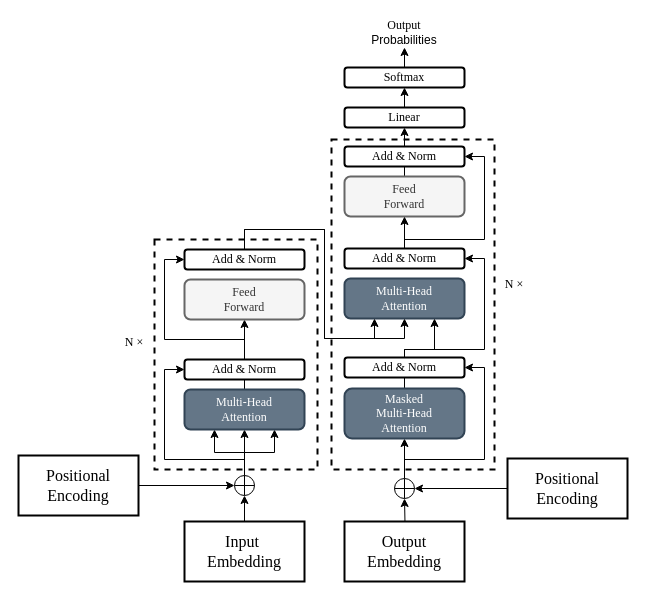
JJackMoO/Jackert_draw keeps this draw.io diagram as page "Transformer" (7 of 14) of master_paper.drawio. Above is the earlier version. Source tidied: cells renumbered, new cells numbered last; positions are measured from the earlier drawing's top-left corner, leaving out a move shared by most shapes. Both pictures are drawn from the tidied source at 100%, with x=0, y=0 at pixel (18, 17).
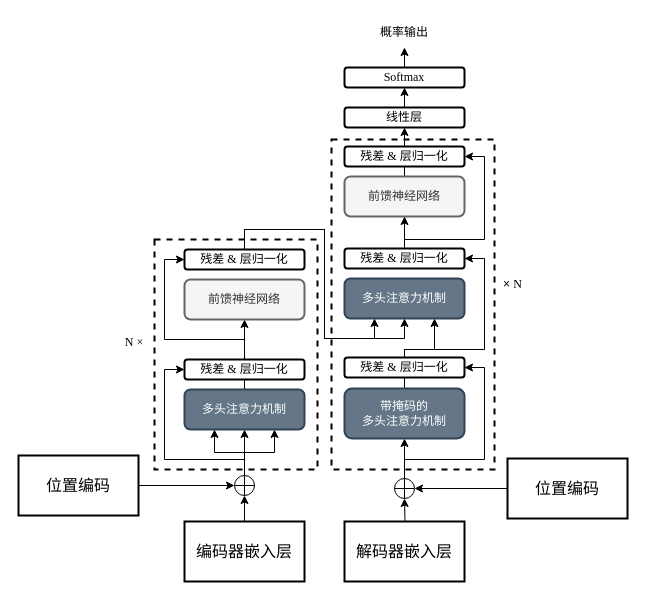
The same diagram, later.

The edit, as a diff of the source:
```diff
@@
+    <mxCell id="41" style="rounded=0;whiteSpace=wrap;html=1;fillColor=none;strokeWidth=2;dashed=1;" parent="1" vertex="1">
+      <mxGeometry x="136" y="222" width="163" height="230" as="geometry" />
+    </mxCell>
@@
-    <mxCell id="4" value="&lt;font style=&quot;font-size: 16px;&quot; face=&quot;Times New Roman&quot;&gt;Input&amp;nbsp;&lt;/font&gt;&lt;div&gt;&lt;font style=&quot;font-size: 16px;&quot; face=&quot;Times New Roman&quot;&gt;Embedding&lt;/font&gt;&lt;/div&gt;" style="rounded=0;whiteSpace=wrap;html=1;strokeWidth=2;" parent="1" vertex="1">
+    <mxCell id="4" value="&lt;font face=&quot;Times New Roman&quot;&gt;&lt;span style=&quot;font-size: 16px;&quot;&gt;编码器嵌入层&lt;/span&gt;&lt;/font&gt;" style="rounded=0;whiteSpace=wrap;html=1;strokeWidth=2;" parent="1" vertex="1">
       <mxGeometry x="166" y="504" width="120" height="60" as="geometry" />
     </mxCell>
@@
-    <mxCell id="6" value="&lt;font style=&quot;font-size: 16px;&quot; face=&quot;Times New Roman&quot;&gt;Output Embedding&lt;/font&gt;" style="rounded=0;whiteSpace=wrap;html=1;strokeWidth=2;" parent="1" vertex="1">
+    <mxCell id="6" value="&lt;font face=&quot;Times New Roman&quot;&gt;&lt;span style=&quot;font-size: 16px;&quot;&gt;解码器嵌入层&lt;/span&gt;&lt;/font&gt;" style="rounded=0;whiteSpace=wrap;html=1;strokeWidth=2;" parent="1" vertex="1">
       <mxGeometry x="326" y="504" width="120" height="60" as="geometry" />
     </mxCell>
@@
-    <mxCell id="16" value="&lt;font face=&quot;Times New Roman&quot;&gt;&lt;span style=&quot;font-size: 16px;&quot;&gt;Positional&lt;/span&gt;&lt;/font&gt;&lt;div&gt;&lt;font face=&quot;Times New Roman&quot;&gt;&lt;span style=&quot;font-size: 16px;&quot;&gt;Encoding&lt;/span&gt;&lt;/font&gt;&lt;/div&gt;" style="rounded=0;whiteSpace=wrap;html=1;strokeWidth=2;" parent="1" vertex="1">
+    <mxCell id="16" value="&lt;font face=&quot;Times New Roman&quot;&gt;&lt;span style=&quot;font-size: 16px;&quot;&gt;位置编码&lt;/span&gt;&lt;/font&gt;" style="rounded=0;whiteSpace=wrap;html=1;strokeWidth=2;" parent="1" vertex="1">
       <mxGeometry y="438" width="120" height="60" as="geometry" />
     </mxCell>
@@
-    <mxCell id="18" value="&lt;font face=&quot;Times New Roman&quot;&gt;&lt;span style=&quot;font-size: 16px;&quot;&gt;Positional&lt;/span&gt;&lt;/font&gt;&lt;div&gt;&lt;font face=&quot;Times New Roman&quot;&gt;&lt;span style=&quot;font-size: 16px;&quot;&gt;Encoding&lt;/span&gt;&lt;/font&gt;&lt;/div&gt;" style="rounded=0;whiteSpace=wrap;html=1;strokeWidth=2;" parent="1" vertex="1">
+    <mxCell id="18" value="&lt;font face=&quot;Times New Roman&quot;&gt;&lt;span style=&quot;font-size: 16px;&quot;&gt;位置编码&lt;/span&gt;&lt;/font&gt;" style="rounded=0;whiteSpace=wrap;html=1;strokeWidth=2;" parent="1" vertex="1">
       <mxGeometry x="489" y="441" width="120" height="60" as="geometry" />
     </mxCell>
@@
-    <mxCell id="20" value="Multi-Head&lt;div&gt;Attention&lt;/div&gt;" style="rounded=1;whiteSpace=wrap;html=1;fontFamily=Times New Roman;strokeWidth=2;fillColor=#647687;fontColor=#ffffff;strokeColor=#314354;" parent="1" vertex="1">
+    <mxCell id="20" value="多头注意力机制" style="rounded=1;whiteSpace=wrap;html=1;fontFamily=Times New Roman;strokeWidth=2;fillColor=#647687;fontColor=#ffffff;strokeColor=#314354;" parent="1" vertex="1">
       <mxGeometry x="166" y="372" width="120" height="40" as="geometry" />
     </mxCell>
-    <mxCell id="21" value="Multi-Head&lt;div&gt;Attention&lt;/div&gt;" style="rounded=1;whiteSpace=wrap;html=1;fontFamily=Times New Roman;strokeWidth=2;fillColor=#647687;fontColor=#ffffff;strokeColor=#314354;" parent="1" vertex="1">
+    <mxCell id="21" value="多头注意力机制" style="rounded=1;whiteSpace=wrap;html=1;fontFamily=Times New Roman;strokeWidth=2;fillColor=#647687;fontColor=#ffffff;strokeColor=#314354;" parent="1" vertex="1">
       <mxGeometry x="326" y="261" width="120" height="40" as="geometry" />
     </mxCell>
@@
-    <mxCell id="23" value="&lt;div&gt;Masked&lt;/div&gt;Multi-Head&lt;div&gt;Attention&lt;/div&gt;" style="rounded=1;whiteSpace=wrap;html=1;fontFamily=Times New Roman;strokeWidth=2;fillColor=#647687;fontColor=#ffffff;strokeColor=#314354;" parent="1" vertex="1">
+    <mxCell id="23" value="&lt;div&gt;带掩码的&lt;/div&gt;&lt;div&gt;多头注意力机制&lt;/div&gt;" style="rounded=1;whiteSpace=wrap;html=1;fontFamily=Times New Roman;strokeWidth=2;fillColor=#647687;fontColor=#ffffff;strokeColor=#314354;" parent="1" vertex="1">
       <mxGeometry x="326" y="371" width="120" height="50" as="geometry" />
     </mxCell>
@@
-    <mxCell id="26" value="Add &amp;amp; Norm" style="rounded=1;whiteSpace=wrap;html=1;fontFamily=Times New Roman;strokeWidth=2;" parent="1" vertex="1">
+    <mxCell id="26" value="残差 &amp;amp; 层归一化" style="rounded=1;whiteSpace=wrap;html=1;fontFamily=Times New Roman;strokeWidth=2;" parent="1" vertex="1">
       <mxGeometry x="166" y="342" width="120" height="20" as="geometry" />
     </mxCell>
-    <mxCell id="27" value="Feed&lt;div&gt;Forward&lt;/div&gt;" style="rounded=1;whiteSpace=wrap;html=1;fontFamily=Times New Roman;strokeWidth=2;fillColor=#f5f5f5;fontColor=#333333;strokeColor=#666666;" parent="1" vertex="1">
+    <mxCell id="27" value="前馈神经网络" style="rounded=1;whiteSpace=wrap;html=1;fontFamily=Times New Roman;strokeWidth=2;fillColor=#f5f5f5;fontColor=#333333;strokeColor=#666666;" parent="1" vertex="1">
       <mxGeometry x="166" y="262" width="120" height="40" as="geometry" />
     </mxCell>
@@
-    <mxCell id="30" value="Add &amp;amp; Norm" style="rounded=1;whiteSpace=wrap;html=1;fontFamily=Times New Roman;strokeWidth=2;" parent="1" vertex="1">
+    <mxCell id="30" value="残差 &amp;amp; 层归一化" style="rounded=1;whiteSpace=wrap;html=1;fontFamily=Times New Roman;strokeWidth=2;" parent="1" vertex="1">
       <mxGeometry x="166" y="232" width="120" height="20" as="geometry" />
     </mxCell>
@@
-    <mxCell id="33" value="Add &amp;amp; Norm" style="rounded=1;whiteSpace=wrap;html=1;fontFamily=Times New Roman;strokeWidth=2;" parent="1" vertex="1">
+    <mxCell id="33" value="残差 &amp;amp; 层归一化" style="rounded=1;whiteSpace=wrap;html=1;fontFamily=Times New Roman;strokeWidth=2;" parent="1" vertex="1">
       <mxGeometry x="326" y="340" width="120" height="20" as="geometry" />
     </mxCell>
@@
-    <mxCell id="35" value="Feed&lt;div&gt;Forward&lt;/div&gt;" style="rounded=1;whiteSpace=wrap;html=1;fontFamily=Times New Roman;strokeWidth=2;fillColor=#f5f5f5;fontColor=#333333;strokeColor=#666666;" parent="1" vertex="1">
+    <mxCell id="35" value="前馈神经网络" style="rounded=1;whiteSpace=wrap;html=1;fontFamily=Times New Roman;strokeWidth=2;fillColor=#f5f5f5;fontColor=#333333;strokeColor=#666666;" parent="1" vertex="1">
       <mxGeometry x="326" y="159" width="120" height="40" as="geometry" />
     </mxCell>
@@
-    <mxCell id="38" value="Add &amp;amp; Norm" style="rounded=1;whiteSpace=wrap;html=1;fontFamily=Times New Roman;strokeWidth=2;" parent="1" vertex="1">
+    <mxCell id="38" value="残差 &amp;amp; 层归一化" style="rounded=1;whiteSpace=wrap;html=1;fontFamily=Times New Roman;strokeWidth=2;" parent="1" vertex="1">
       <mxGeometry x="326" y="231" width="120" height="20" as="geometry" />
     </mxCell>
@@
-    <mxCell id="40" value="Add &amp;amp; Norm" style="rounded=1;whiteSpace=wrap;html=1;fontFamily=Times New Roman;strokeWidth=2;" parent="1" vertex="1">
+    <mxCell id="40" value="残差 &amp;amp; 层归一化" style="rounded=1;whiteSpace=wrap;html=1;fontFamily=Times New Roman;strokeWidth=2;" parent="1" vertex="1">
       <mxGeometry x="326" y="129" width="120" height="20" as="geometry" />
     </mxCell>
-    <mxCell id="41" style="rounded=0;whiteSpace=wrap;html=1;fillColor=none;strokeWidth=2;dashed=1;" parent="1" vertex="1">
-      <mxGeometry x="136" y="222" width="163" height="230" as="geometry" />
-    </mxCell>
@@
-    <mxCell id="43" value="Linear" style="rounded=1;whiteSpace=wrap;html=1;fontFamily=Times New Roman;strokeWidth=2;" parent="1" vertex="1">
+    <mxCell id="43" value="线性层" style="rounded=1;whiteSpace=wrap;html=1;fontFamily=Times New Roman;strokeWidth=2;" parent="1" vertex="1">
       <mxGeometry x="326" y="90" width="120" height="20" as="geometry" />
     </mxCell>
@@
-    <mxCell id="46" value="&lt;font face=&quot;Times New Roman&quot;&gt;Output&lt;/font&gt;&lt;div&gt;&lt;font face=&quot;MOTWOq1rtE3SquF3ahlc&quot;&gt;Probabilities&lt;/font&gt;&lt;/div&gt;" style="text;strokeColor=none;align=center;fillColor=none;html=1;verticalAlign=middle;whiteSpace=wrap;rounded=0;" parent="1" vertex="1">
+    <mxCell id="46" value="&lt;font face=&quot;Times New Roman&quot;&gt;概率输出&lt;/font&gt;" style="text;strokeColor=none;align=center;fillColor=none;html=1;verticalAlign=middle;whiteSpace=wrap;rounded=0;" parent="1" vertex="1">
       <mxGeometry x="356" width="60" height="30" as="geometry" />
     </mxCell>
@@
-    <mxCell id="48" value="&lt;font face=&quot;Times New Roman&quot;&gt;N ×&lt;/font&gt;" style="text;strokeColor=none;align=center;fillColor=none;html=1;verticalAlign=middle;whiteSpace=wrap;rounded=0;" parent="1" vertex="1">
+    <mxCell id="48" value="×&amp;nbsp;&lt;font face=&quot;Times New Roman&quot;&gt;N&amp;nbsp;&lt;/font&gt;" style="text;strokeColor=none;align=center;fillColor=none;html=1;verticalAlign=middle;whiteSpace=wrap;rounded=0;" parent="1" vertex="1">
       <mxGeometry x="476" y="252" width="40" height="30" as="geometry" />
     </mxCell>
```
